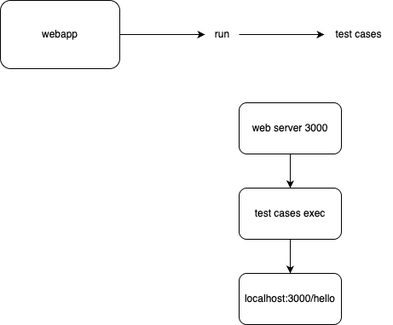
aryan1403/Playwright_UST keeps this draw.io diagram as Typescript/Day3/webserver.drawio.png. Above is the earlier version. Source tidied: cells renumbered, new cells last; positions are measured from the earlier drawing's top-left corner, leaving out a move shared by most shapes. The source it was exported from:
```xml
<mxGraphModel>
  <root>
    <mxCell id="0" />
    <mxCell id="1" parent="0" />
    <mxCell id="2" style="edgeStyle=orthogonalEdgeStyle;rounded=0;jettySize=auto;html=1;" parent="1" edge="1" source="3">
      <mxGeometry relative="1" as="geometry">
        <mxPoint x="240" y="40" as="targetPoint" />
      </mxGeometry>
    </mxCell>
    <mxCell id="3" value="webapp" style="rounded=1;whiteSpace=wrap;html=1;" parent="1" vertex="1">
      <mxGeometry width="140" height="80" as="geometry" />
    </mxCell>
    <mxCell id="4" style="edgeStyle=orthogonalEdgeStyle;rounded=0;jettySize=auto;html=1;" parent="1" edge="1" source="5">
      <mxGeometry relative="1" as="geometry">
        <mxPoint x="380" y="40" as="targetPoint" />
      </mxGeometry>
    </mxCell>
    <mxCell id="5" value="run" style="text;html=1;align=center;verticalAlign=middle;points=[];strokeColor=none;fillColor=none;" parent="1" vertex="1">
      <mxGeometry x="240" y="25" width="40" height="30" as="geometry" />
    </mxCell>
    <mxCell id="6" value="test cases" style="text;html=1;align=center;verticalAlign=middle;strokeColor=none;fillColor=none;" parent="1" vertex="1">
      <mxGeometry x="380" y="25" width="80" height="30" as="geometry" />
    </mxCell>
    <mxCell id="7" style="edgeStyle=orthogonalEdgeStyle;rounded=0;jettySize=auto;html=1;" parent="1" edge="1" source="8">
      <mxGeometry relative="1" as="geometry">
        <mxPoint x="340" y="220" as="targetPoint" />
      </mxGeometry>
    </mxCell>
    <mxCell id="8" value="web server 3000" style="rounded=1;whiteSpace=wrap;html=1;" parent="1" vertex="1">
      <mxGeometry x="280" y="120" width="120" height="60" as="geometry" />
    </mxCell>
    <mxCell id="9" style="edgeStyle=orthogonalEdgeStyle;rounded=0;jettySize=auto;html=1;" parent="1" edge="1" source="10">
      <mxGeometry relative="1" as="geometry">
        <mxPoint x="340" y="320" as="targetPoint" />
      </mxGeometry>
    </mxCell>
    <mxCell id="10" value="test cases exec" style="rounded=1;whiteSpace=wrap;html=1;" parent="1" vertex="1">
      <mxGeometry x="280" y="220" width="120" height="60" as="geometry" />
    </mxCell>
    <mxCell id="11" value="localhost:3000/hello" style="rounded=1;whiteSpace=wrap;html=1;" parent="1" vertex="1">
      <mxGeometry x="280" y="320" width="120" height="60" as="geometry" />
    </mxCell>
  </root>
</mxGraphModel>
```
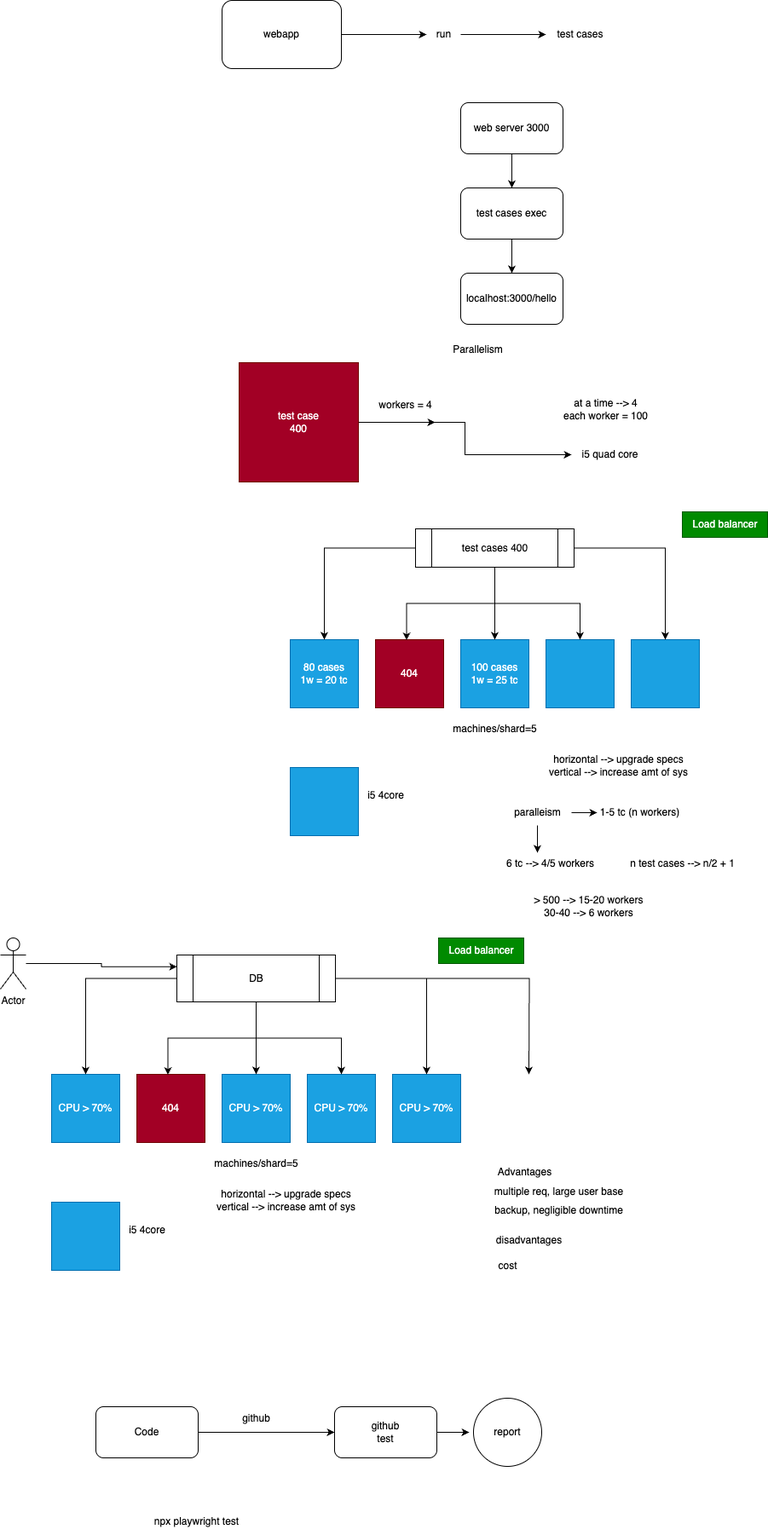
The same diagram one commit later.

Change to the diagram source:
```diff
@@ -40,5 +40,198 @@
     <mxCell id="11" value="localhost:3000/hello" style="rounded=1;whiteSpace=wrap;html=1;" parent="1" vertex="1">
       <mxGeometry x="280" y="320" width="120" height="60" as="geometry" />
     </mxCell>
+    <mxCell id="12" style="edgeStyle=orthogonalEdgeStyle;rounded=0;jettySize=auto;html=1;" parent="1" edge="1" source="14">
+      <mxGeometry relative="1" as="geometry">
+        <mxPoint x="250" y="495" as="targetPoint" />
+      </mxGeometry>
+    </mxCell>
+    <mxCell id="13" style="edgeStyle=orthogonalEdgeStyle;rounded=0;jettySize=auto;html=1;" parent="1" edge="1" source="14" target="18">
+      <mxGeometry relative="1" as="geometry" />
+    </mxCell>
+    <mxCell id="14" value="test case&lt;div&gt;400&lt;/div&gt;" style="whiteSpace=wrap;html=1;fillColor=#a20025;fontColor=#ffffff;strokeColor=#6F0000;" parent="1" vertex="1">
+      <mxGeometry x="20" y="425" width="140" height="140" as="geometry" />
+    </mxCell>
+    <mxCell id="15" value="workers = 4" style="text;html=1;align=center;verticalAlign=middle;strokeColor=none;fillColor=none;" parent="1" vertex="1">
+      <mxGeometry x="170" y="460" width="90" height="30" as="geometry" />
+    </mxCell>
+    <mxCell id="16" value="at a time --&amp;gt; 4&lt;div&gt;each worker = 100&lt;/div&gt;" style="text;html=1;align=center;verticalAlign=middle;strokeColor=none;fillColor=none;" parent="1" vertex="1">
+      <mxGeometry x="390" y="460" width="120" height="40" as="geometry" />
+    </mxCell>
+    <mxCell id="17" value="Parallelism" style="text;html=1;align=center;verticalAlign=middle;strokeColor=none;fillColor=none;" parent="1" vertex="1">
+      <mxGeometry x="260" y="395" width="80" height="30" as="geometry" />
+    </mxCell>
+    <mxCell id="18" value="i5 quad core" style="text;html=1;align=center;verticalAlign=middle;points=[];strokeColor=none;fillColor=none;" parent="1" vertex="1">
+      <mxGeometry x="410" y="518" width="90" height="30" as="geometry" />
+    </mxCell>
+    <mxCell id="19" value="80 cases&lt;div&gt;1w = 20 tc&lt;/div&gt;" style="whiteSpace=wrap;html=1;fillColor=#1ba1e2;fontColor=#ffffff;strokeColor=#006EAF;" parent="1" vertex="1">
+      <mxGeometry x="80" y="750" width="80" height="80" as="geometry" />
+    </mxCell>
+    <mxCell id="20" value="404" style="whiteSpace=wrap;html=1;fillColor=#a20025;fontColor=#ffffff;strokeColor=#6F0000;" parent="1" vertex="1">
+      <mxGeometry x="180" y="750" width="80" height="80" as="geometry" />
+    </mxCell>
+    <mxCell id="21" value="&lt;div&gt;100 cases&lt;/div&gt;1w = 25 tc" style="whiteSpace=wrap;html=1;fillColor=#1ba1e2;fontColor=#ffffff;strokeColor=#006EAF;" parent="1" vertex="1">
+      <mxGeometry x="280" y="750" width="80" height="80" as="geometry" />
+    </mxCell>
+    <mxCell id="22" style="whiteSpace=wrap;html=1;fillColor=#1ba1e2;fontColor=#ffffff;strokeColor=#006EAF;" parent="1" vertex="1">
+      <mxGeometry x="380" y="750" width="80" height="80" as="geometry" />
+    </mxCell>
+    <mxCell id="23" style="whiteSpace=wrap;html=1;fillColor=#1ba1e2;fontColor=#ffffff;strokeColor=#006EAF;" parent="1" vertex="1">
+      <mxGeometry x="480" y="750" width="80" height="80" as="geometry" />
+    </mxCell>
+    <mxCell id="24" style="edgeStyle=orthogonalEdgeStyle;rounded=0;jettySize=auto;html=1;entryX=0.5;entryY=0;entryDx=0;entryDy=0;" parent="1" edge="1" source="28" target="19">
+      <mxGeometry relative="1" as="geometry" />
+    </mxCell>
+    <mxCell id="25" style="edgeStyle=orthogonalEdgeStyle;rounded=0;jettySize=auto;html=1;entryX=0.5;entryY=0;entryDx=0;entryDy=0;" parent="1" edge="1" source="28" target="21">
+      <mxGeometry relative="1" as="geometry" />
+    </mxCell>
+    <mxCell id="26" style="edgeStyle=orthogonalEdgeStyle;rounded=0;jettySize=auto;html=1;" parent="1" edge="1" source="28" target="22">
+      <mxGeometry relative="1" as="geometry" />
+    </mxCell>
+    <mxCell id="27" style="edgeStyle=orthogonalEdgeStyle;rounded=0;jettySize=auto;html=1;entryX=0.5;entryY=0;entryDx=0;entryDy=0;" parent="1" edge="1" source="28" target="23">
+      <mxGeometry relative="1" as="geometry" />
+    </mxCell>
+    <mxCell id="28" value="test cases 400" style="shape=process;whiteSpace=wrap;html=1;backgroundOutline=1;" parent="1" vertex="1">
+      <mxGeometry x="227" y="620" width="186" height="45" as="geometry" />
+    </mxCell>
+    <mxCell id="29" style="edgeStyle=orthogonalEdgeStyle;rounded=0;jettySize=auto;html=1;entryX=0.456;entryY=0.008;entryDx=0;entryDy=0;entryPerimeter=0;" parent="1" edge="1" source="28" target="20">
+      <mxGeometry relative="1" as="geometry" />
+    </mxCell>
+    <mxCell id="30" value="machines/shard=5" style="text;html=1;align=center;verticalAlign=middle;strokeColor=none;fillColor=none;" parent="1" vertex="1">
+      <mxGeometry x="260" y="840" width="120" height="30" as="geometry" />
+    </mxCell>
+    <mxCell id="31" style="whiteSpace=wrap;html=1;fillColor=#1ba1e2;fontColor=#ffffff;strokeColor=#006EAF;" parent="1" vertex="1">
+      <mxGeometry x="80" y="900" width="80" height="80" as="geometry" />
+    </mxCell>
+    <mxCell id="32" value="i5 4core" style="text;html=1;align=center;verticalAlign=middle;strokeColor=none;fillColor=none;" parent="1" vertex="1">
+      <mxGeometry x="157" y="918" width="70" height="30" as="geometry" />
+    </mxCell>
+    <mxCell id="33" value="horizontal --&amp;gt; upgrade specs&lt;div&gt;vertical --&amp;gt; increase amt of sys&lt;/div&gt;" style="text;html=1;align=center;verticalAlign=middle;strokeColor=none;fillColor=none;" parent="1" vertex="1">
+      <mxGeometry x="370" y="878" width="190" height="40" as="geometry" />
+    </mxCell>
+    <mxCell id="34" value="Load balancer" style="text;html=1;align=center;verticalAlign=middle;strokeColor=#005700;fillColor=#008a00;fontColor=#ffffff;" parent="1" vertex="1">
+      <mxGeometry x="540" y="600" width="100" height="30" as="geometry" />
+    </mxCell>
+    <mxCell id="35" value="CPU &amp;gt; 70%" style="whiteSpace=wrap;html=1;fillColor=#1ba1e2;fontColor=#ffffff;strokeColor=#006EAF;" parent="1" vertex="1">
+      <mxGeometry x="-200" y="1260" width="80" height="80" as="geometry" />
+    </mxCell>
+    <mxCell id="36" value="404" style="whiteSpace=wrap;html=1;fillColor=#a20025;fontColor=#ffffff;strokeColor=#6F0000;" parent="1" vertex="1">
+      <mxGeometry x="-100" y="1260" width="80" height="80" as="geometry" />
+    </mxCell>
+    <mxCell id="37" value="CPU &amp;gt; 70%" style="whiteSpace=wrap;html=1;fillColor=#1ba1e2;fontColor=#ffffff;strokeColor=#006EAF;" parent="1" vertex="1">
+      <mxGeometry y="1260" width="80" height="80" as="geometry" />
+    </mxCell>
+    <mxCell id="38" value="CPU &amp;gt; 70%" style="whiteSpace=wrap;html=1;fillColor=#1ba1e2;fontColor=#ffffff;strokeColor=#006EAF;" parent="1" vertex="1">
+      <mxGeometry x="100" y="1260" width="80" height="80" as="geometry" />
+    </mxCell>
+    <mxCell id="39" value="CPU &amp;gt; 70%" style="whiteSpace=wrap;html=1;fillColor=#1ba1e2;fontColor=#ffffff;strokeColor=#006EAF;" parent="1" vertex="1">
+      <mxGeometry x="200" y="1260" width="80" height="80" as="geometry" />
+    </mxCell>
+    <mxCell id="40" style="edgeStyle=orthogonalEdgeStyle;rounded=0;jettySize=auto;html=1;entryX=0.5;entryY=0;entryDx=0;entryDy=0;" parent="1" edge="1" source="45" target="35">
+      <mxGeometry relative="1" as="geometry" />
+    </mxCell>
+    <mxCell id="41" style="edgeStyle=orthogonalEdgeStyle;rounded=0;jettySize=auto;html=1;entryX=0.5;entryY=0;entryDx=0;entryDy=0;" parent="1" edge="1" source="45" target="37">
+      <mxGeometry relative="1" as="geometry" />
+    </mxCell>
+    <mxCell id="42" style="edgeStyle=orthogonalEdgeStyle;rounded=0;jettySize=auto;html=1;" parent="1" edge="1" source="45" target="38">
+      <mxGeometry relative="1" as="geometry" />
+    </mxCell>
+    <mxCell id="43" style="edgeStyle=orthogonalEdgeStyle;rounded=0;jettySize=auto;html=1;entryX=0.5;entryY=0;entryDx=0;entryDy=0;" parent="1" edge="1" source="45" target="39">
+      <mxGeometry relative="1" as="geometry" />
+    </mxCell>
+    <mxCell id="44" style="edgeStyle=orthogonalEdgeStyle;rounded=0;jettySize=auto;html=1;" parent="1" edge="1" source="45">
+      <mxGeometry relative="1" as="geometry">
+        <mxPoint x="360" y="1260" as="targetPoint" />
+      </mxGeometry>
+    </mxCell>
+    <mxCell id="45" value="DB" style="shape=process;whiteSpace=wrap;html=1;backgroundOutline=1;" parent="1" vertex="1">
+      <mxGeometry x="-53" y="1120" width="186" height="55" as="geometry" />
+    </mxCell>
+    <mxCell id="46" style="edgeStyle=orthogonalEdgeStyle;rounded=0;jettySize=auto;html=1;entryX=0.456;entryY=0.008;entryDx=0;entryDy=0;entryPerimeter=0;" parent="1" edge="1" source="45" target="36">
+      <mxGeometry relative="1" as="geometry" />
+    </mxCell>
+    <mxCell id="47" value="machines/shard=5" style="text;html=1;align=center;verticalAlign=middle;strokeColor=none;fillColor=none;" parent="1" vertex="1">
+      <mxGeometry x="-20" y="1350" width="120" height="30" as="geometry" />
+    </mxCell>
+    <mxCell id="48" style="whiteSpace=wrap;html=1;fillColor=#1ba1e2;fontColor=#ffffff;strokeColor=#006EAF;" parent="1" vertex="1">
+      <mxGeometry x="-200" y="1410" width="80" height="80" as="geometry" />
+    </mxCell>
+    <mxCell id="49" value="i5 4core" style="text;html=1;align=center;verticalAlign=middle;strokeColor=none;fillColor=none;" parent="1" vertex="1">
+      <mxGeometry x="-123" y="1428" width="70" height="30" as="geometry" />
+    </mxCell>
+    <mxCell id="50" value="horizontal --&amp;gt; upgrade specs&lt;div&gt;vertical --&amp;gt; increase amt of sys&lt;/div&gt;" style="text;html=1;align=center;verticalAlign=middle;strokeColor=none;fillColor=none;" parent="1" vertex="1">
+      <mxGeometry x="-20" y="1388" width="190" height="40" as="geometry" />
+    </mxCell>
+    <mxCell id="51" value="Load balancer" style="text;html=1;align=center;verticalAlign=middle;strokeColor=#005700;fillColor=#008a00;fontColor=#ffffff;" parent="1" vertex="1">
+      <mxGeometry x="254" y="1100" width="100" height="30" as="geometry" />
+    </mxCell>
+    <mxCell id="52" style="edgeStyle=orthogonalEdgeStyle;rounded=0;jettySize=auto;html=1;entryX=0;entryY=0.25;entryDx=0;entryDy=0;" parent="1" edge="1" source="53" target="45">
+      <mxGeometry relative="1" as="geometry" />
+    </mxCell>
+    <mxCell id="53" value="Actor" style="shape=umlActor;verticalLabelPosition=bottom;verticalAlign=top;html=1;outlineConnect=0;" parent="1" vertex="1">
+      <mxGeometry x="-260" y="1100" width="30" height="60" as="geometry" />
+    </mxCell>
+    <mxCell id="54" value="multiple req, large user base" style="text;html=1;align=center;verticalAlign=middle;strokeColor=none;fillColor=none;" parent="1" vertex="1">
+      <mxGeometry x="310" y="1383" width="170" height="30" as="geometry" />
+    </mxCell>
+    <mxCell id="55" value="backup, negligible downtime" style="text;html=1;align=center;verticalAlign=middle;strokeColor=none;fillColor=none;" parent="1" vertex="1">
+      <mxGeometry x="310" y="1405" width="170" height="30" as="geometry" />
+    </mxCell>
+    <mxCell id="56" value="Advantages" style="text;html=1;align=center;verticalAlign=middle;strokeColor=none;fillColor=none;" parent="1" vertex="1">
+      <mxGeometry x="310" y="1360" width="90" height="30" as="geometry" />
+    </mxCell>
+    <mxCell id="57" value="disadvantages" style="text;html=1;align=center;verticalAlign=middle;strokeColor=none;fillColor=none;" parent="1" vertex="1">
+      <mxGeometry x="310" y="1440" width="100" height="30" as="geometry" />
+    </mxCell>
+    <mxCell id="58" value="cost" style="text;html=1;align=center;verticalAlign=middle;strokeColor=none;fillColor=none;" parent="1" vertex="1">
+      <mxGeometry x="310" y="1470" width="50" height="30" as="geometry" />
+    </mxCell>
+    <mxCell id="59" style="edgeStyle=orthogonalEdgeStyle;rounded=0;jettySize=auto;html=1;" parent="1" edge="1" source="61">
+      <mxGeometry relative="1" as="geometry">
+        <mxPoint x="440" y="953" as="targetPoint" />
+      </mxGeometry>
+    </mxCell>
+    <mxCell id="60" style="edgeStyle=orthogonalEdgeStyle;rounded=0;jettySize=auto;html=1;" parent="1" edge="1" source="61">
+      <mxGeometry relative="1" as="geometry">
+        <mxPoint x="370" y="1000" as="targetPoint" />
+      </mxGeometry>
+    </mxCell>
+    <mxCell id="61" value="paralleism" style="text;html=1;align=center;verticalAlign=middle;points=[];strokeColor=none;fillColor=none;" parent="1" vertex="1">
+      <mxGeometry x="330" y="938" width="80" height="30" as="geometry" />
+    </mxCell>
+    <mxCell id="62" value="1-5 tc (n workers)" style="text;html=1;align=center;verticalAlign=middle;strokeColor=none;fillColor=none;" parent="1" vertex="1">
+      <mxGeometry x="430" y="938" width="120" height="30" as="geometry" />
+    </mxCell>
+    <mxCell id="63" value="6 tc --&amp;gt; 4/5 workers" style="text;html=1;align=center;verticalAlign=middle;strokeColor=none;fillColor=none;" parent="1" vertex="1">
+      <mxGeometry x="320" y="998" width="130" height="30" as="geometry" />
+    </mxCell>
+    <mxCell id="64" value="n test cases --&amp;gt; n/2 + 1" style="text;html=1;align=center;verticalAlign=middle;strokeColor=none;fillColor=none;" parent="1" vertex="1">
+      <mxGeometry x="465" y="998" width="150" height="30" as="geometry" />
+    </mxCell>
+    <mxCell id="65" value="&amp;gt; 500 --&amp;gt; 15-20 workers&lt;div&gt;30-40 --&amp;gt; 6 workers&lt;/div&gt;" style="text;html=1;align=center;verticalAlign=middle;strokeColor=none;fillColor=none;" parent="1" vertex="1">
+      <mxGeometry x="355" y="1043" width="150" height="40" as="geometry" />
+    </mxCell>
+    <mxCell id="66" style="edgeStyle=orthogonalEdgeStyle;rounded=0;jettySize=auto;html=1;" parent="1" edge="1" source="67" target="69">
+      <mxGeometry relative="1" as="geometry" />
+    </mxCell>
+    <mxCell id="67" value="Code" style="rounded=1;whiteSpace=wrap;html=1;" parent="1" vertex="1">
+      <mxGeometry x="-148" y="1650" width="120" height="60" as="geometry" />
+    </mxCell>
+    <mxCell id="68" style="edgeStyle=orthogonalEdgeStyle;rounded=0;jettySize=auto;html=1;" parent="1" edge="1" source="69">
+      <mxGeometry relative="1" as="geometry">
+        <mxPoint x="290" y="1680" as="targetPoint" />
+      </mxGeometry>
+    </mxCell>
+    <mxCell id="69" value="github&lt;div&gt;test&lt;/div&gt;" style="rounded=1;whiteSpace=wrap;html=1;" parent="1" vertex="1">
+      <mxGeometry x="132" y="1650" width="120" height="60" as="geometry" />
+    </mxCell>
+    <mxCell id="70" value="github" style="text;html=1;align=center;verticalAlign=middle;strokeColor=none;fillColor=none;" parent="1" vertex="1">
+      <mxGeometry x="10" y="1649" width="60" height="30" as="geometry" />
+    </mxCell>
+    <mxCell id="71" value="npx playwright test" style="text;html=1;align=center;verticalAlign=middle;strokeColor=none;fillColor=none;" parent="1" vertex="1">
+      <mxGeometry x="-90" y="1770" width="120" height="30" as="geometry" />
+    </mxCell>
+    <mxCell id="72" value="report" style="ellipse;whiteSpace=wrap;html=1;" parent="1" vertex="1">
+      <mxGeometry x="295" y="1640" width="80" height="80" as="geometry" />
+    </mxCell>
   </root>
 </mxGraphModel>
```
